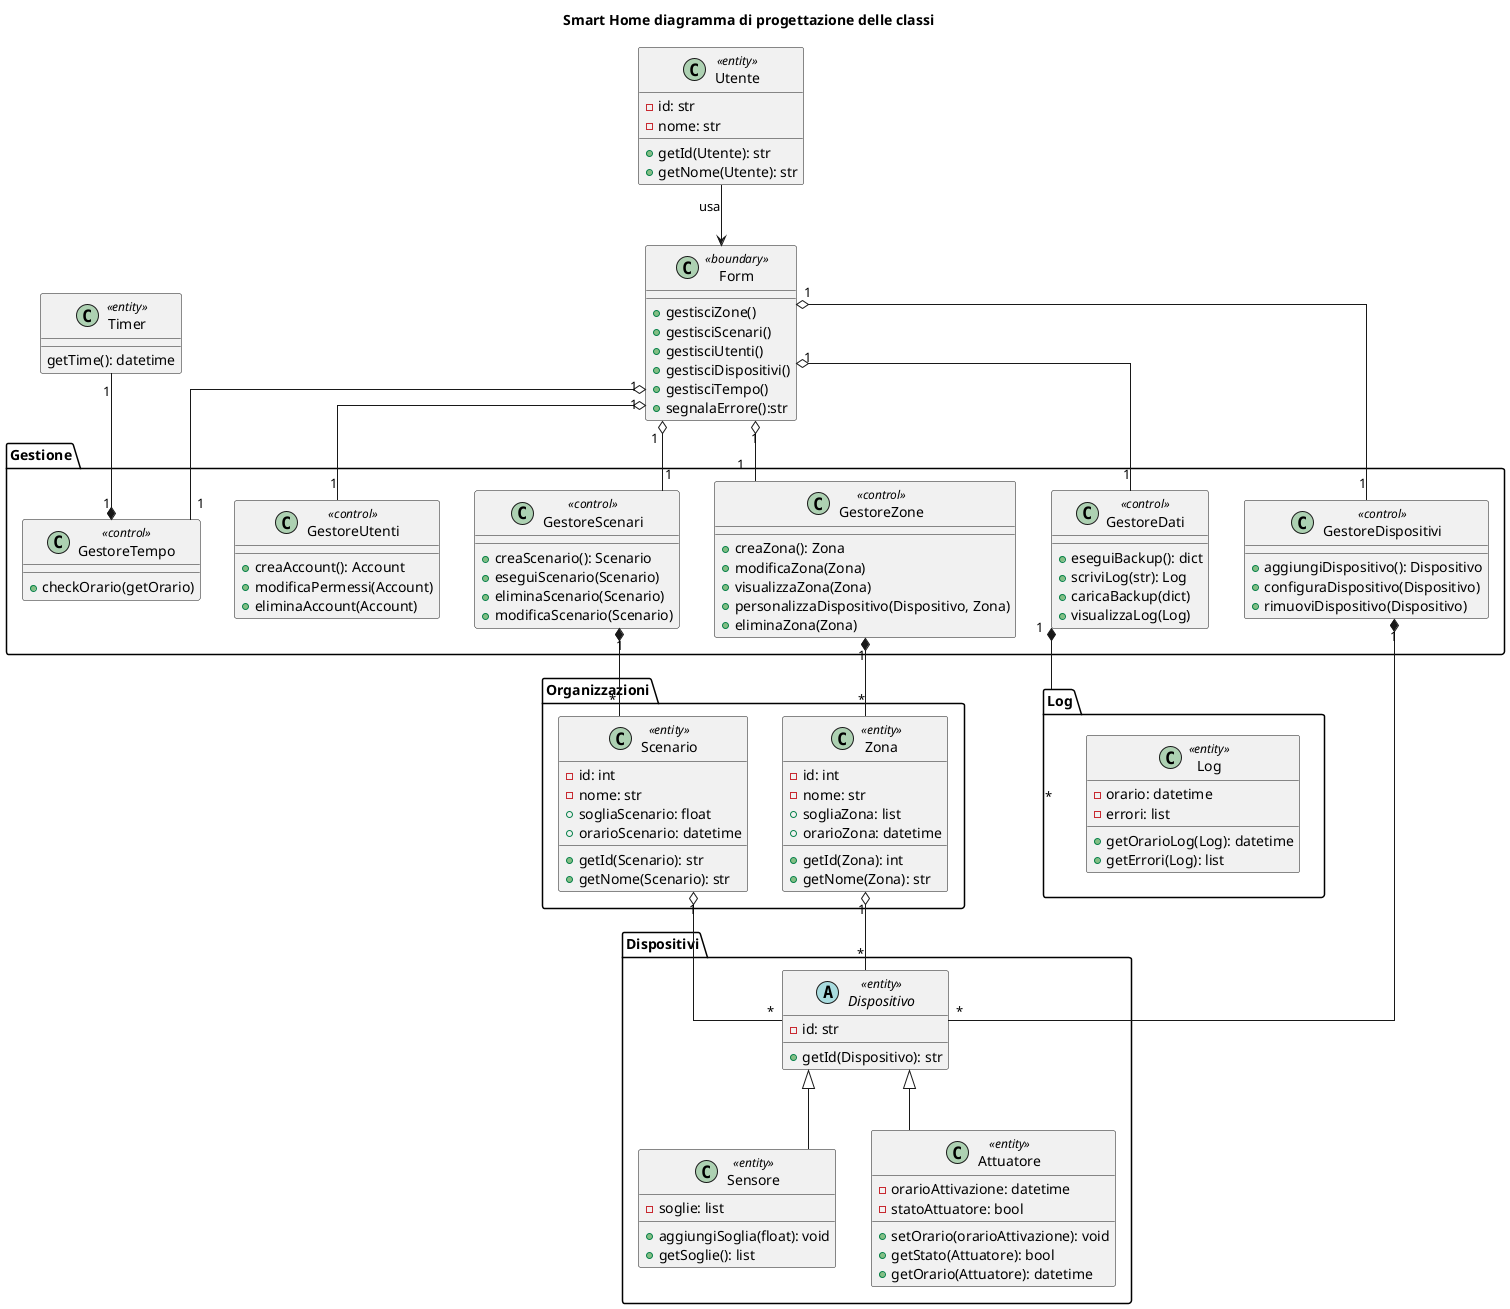
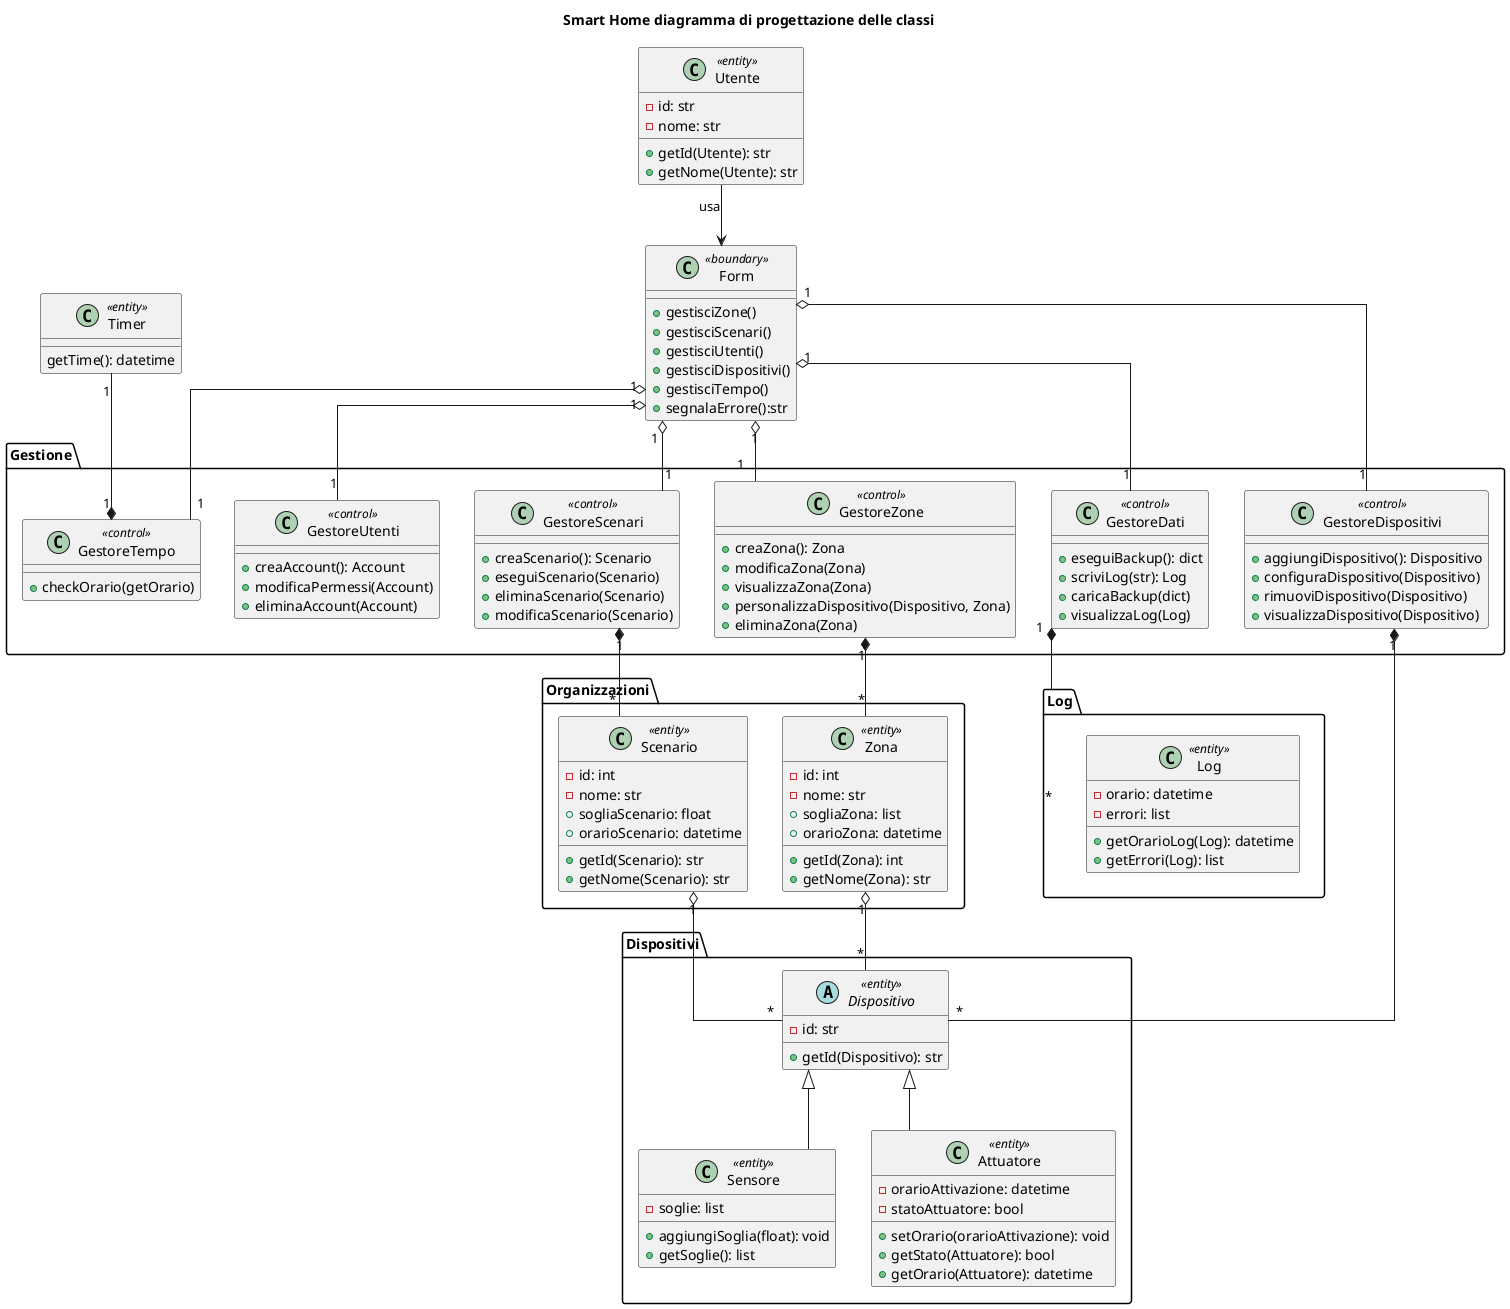
@startuml digrammacprogettazione
title Smart Home diagramma di progettazione delle classi
skinparam linetype ortho

package "Organizzazioni" {
    class Zona <<entity>> {
        - id: int
        - nome: str
        + sogliaZona: list
        + orarioZona: datetime
        + getId(Zona): int
        + getNome(Zona): str
    }
    class Scenario <<entity>> {
        - id: int
        - nome: str
        + sogliaScenario: float
        + orarioScenario: datetime
        + getId(Scenario): str
        + getNome(Scenario): str
    }
}

package "Log"{

    class Log <<entity>> {
        - orario: datetime
        - errori: list

        +getOrarioLog(Log): datetime
        + getErrori(Log): list
    }
}

package "Dispositivi" {
    abstract class Dispositivo <<entity>> {
        - id: str
        + getId(Dispositivo): str
    }
    class Sensore <<entity>> extends Dispositivo {
        - soglie: list
        + aggiungiSoglia(float): void
        + getSoglie(): list
    }
    class Attuatore <<entity>> extends Dispositivo {
        - orarioAttivazione: datetime
        - statoAttuatore: bool
        + setOrario(orarioAttivazione): void
        + getStato(Attuatore): bool
        + getOrario(Attuatore): datetime
    }

}

package "Gestione" {
    class GestoreZone <<control>> {
        + creaZona(): Zona
        + modificaZona(Zona)
        + visualizzaZona(Zona)
        + personalizzaDispositivo(Dispositivo, Zona)
        + eliminaZona(Zona)
    }
    class GestoreScenari <<control>>  {
        + creaScenario(): Scenario
        + eseguiScenario(Scenario)
        + eliminaScenario(Scenario)
        + modificaScenario(Scenario)
    }
    class GestoreDati <<control>>  {
        + eseguiBackup(): dict
        + scriviLog(str): Log
        + caricaBackup(dict)
        + visualizzaLog(Log)
    }
    class GestoreUtenti <<control>> {
        + creaAccount(): Account
        + modificaPermessi(Account)
        + eliminaAccount(Account)
    }
    class GestoreDispositivi <<control>>  {
        + aggiungiDispositivo(): Dispositivo
        + configuraDispositivo(Dispositivo)
        + rimuoviDispositivo(Dispositivo)
+         + visualizzaDispositivo(Dispositivo)
    }
    class GestoreTempo <<control>>{
        + checkOrario(getOrario)
    }
}

class Timer <<entity>>{
    getTime(): datetime
}

    class Utente <<entity>> {
    -id: str
    -nome: str
    + getId(Utente): str
    + getNome(Utente): str
    }



class Form <<boundary>> {
    + gestisciZone()
    + gestisciScenari()
    + gestisciUtenti()
    + gestisciDispositivi()
    + gestisciTempo()
    + segnalaErrore():str
}



Utente --> Form : usa

Form "1" o-down- "1" GestoreZone
Form "1" o-down- "1" GestoreScenari
Form "1" o-down- "1" GestoreUtenti
Form "1" o-down- "1" GestoreDispositivi
Form "1" o-down- "1" GestoreDati

GestoreZone "1" *-- "*" Zona
GestoreScenari "1" *-- "*" Scenario
GestoreDispositivi "1" *-- "*" Dispositivo
GestoreDati "1" *-- "*" Log

Zona "1" o-- "*" Dispositivo
Scenario "1" o-- "*" Dispositivo

Timer "1" --* "1" GestoreTempo
Form "1" o-- "1" GestoreTempo


@enduml